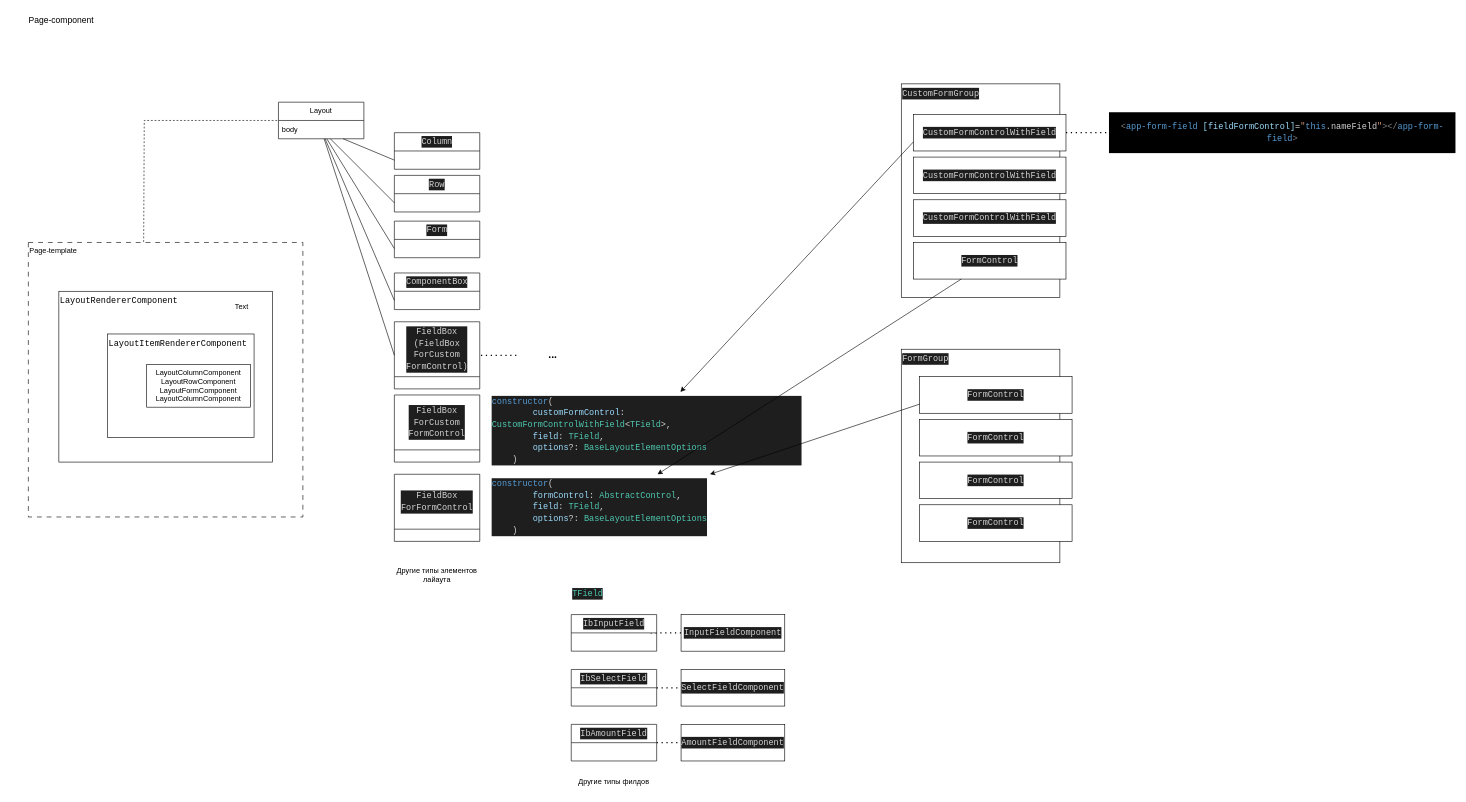
Earlier version of the draw.io diagram page "Страница 1" (1 of 2) of Диаграмма без названия.drawio (DUNK73/diagrams). Source tidied: cells renumbered, new cells numbered last; positions are measured from the earlier drawing's top-left corner, leaving out a move shared by most shapes. Both pictures are drawn from the tidied source at 61%, with x=0, y=0 at pixel (10, 10).
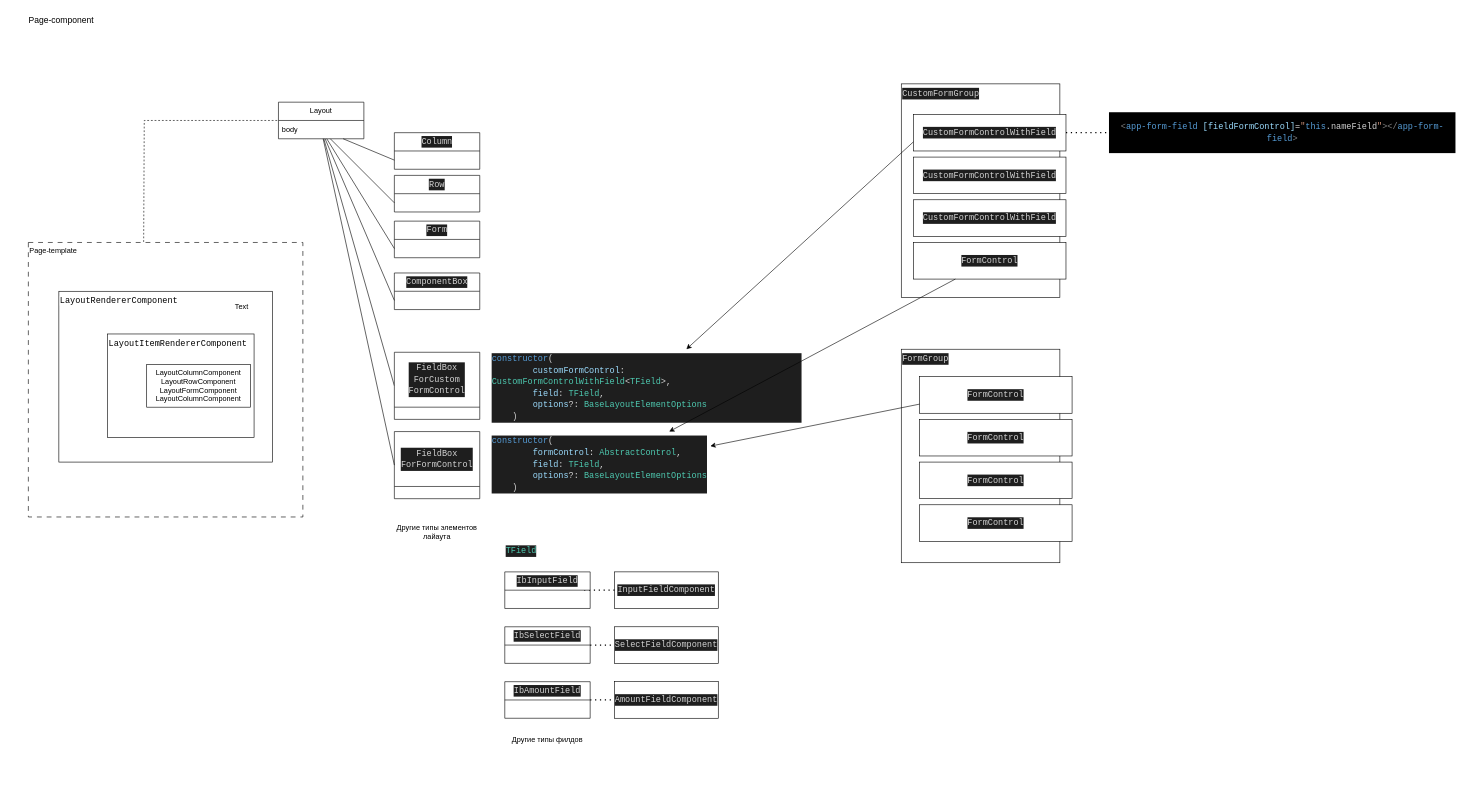
The same diagram, later.

Unchanged cells that the change refers to:
```xml
<mxCell id="7" value="body" style="text;strokeColor=none;fillColor=none;align=left;verticalAlign=middle;spacingLeft=4;spacingRight=4;overflow=hidden;points=[[0,0.5],[1,0.5]];portConstraint=eastwest;whiteSpace=wrap;html=1;" parent="6" vertex="1">
  <mxGeometry y="30" width="140" height="30" as="geometry" />
</mxCell>
```

Diff of the diagram source:
```diff
@@
     <mxCell id="5" value="&lt;div style=&quot;font-family: Consolas, &amp;quot;Courier New&amp;quot;, monospace; font-size: 14px; line-height: 19px;&quot;&gt;&lt;div style=&quot;color: rgb(212, 212, 212); background-color: rgb(30, 30, 30); line-height: 19px;&quot;&gt;&lt;div style=&quot;line-height: 19px;&quot;&gt;&lt;div style=&quot;line-height: 19px;&quot;&gt;InputFieldComponent&lt;/div&gt;&lt;/div&gt;&lt;/div&gt;&lt;/div&gt;" style="rounded=0;whiteSpace=wrap;html=1;" parent="1" vertex="1">
-      <mxGeometry x="1099" y="990" width="170" height="60" as="geometry" />
+      <mxGeometry x="990" y="920" width="170" height="60" as="geometry" />
     </mxCell>
@@
     <mxCell id="12" value="&lt;div style=&quot;font-family: Consolas, &amp;quot;Courier New&amp;quot;, monospace; font-size: 14px; line-height: 19px;&quot;&gt;&lt;div style=&quot;color: rgb(212, 212, 212); background-color: rgb(30, 30, 30); line-height: 19px;&quot;&gt;&lt;div style=&quot;line-height: 19px;&quot;&gt;&lt;div style=&quot;line-height: 19px;&quot;&gt;&lt;div style=&quot;line-height: 19px;&quot;&gt;SelectFieldComponent&lt;/div&gt;&lt;/div&gt;&lt;/div&gt;&lt;/div&gt;&lt;/div&gt;" style="rounded=0;whiteSpace=wrap;html=1;" parent="1" vertex="1">
-      <mxGeometry x="1099" y="1080" width="170" height="60" as="geometry" />
+      <mxGeometry x="990" y="1010" width="170" height="60" as="geometry" />
     </mxCell>
     <mxCell id="13" value="&lt;div style=&quot;font-family: Consolas, &amp;quot;Courier New&amp;quot;, monospace; font-size: 14px; line-height: 19px;&quot;&gt;&lt;div style=&quot;color: rgb(212, 212, 212); background-color: rgb(30, 30, 30); line-height: 19px;&quot;&gt;&lt;div style=&quot;line-height: 19px;&quot;&gt;&lt;div style=&quot;line-height: 19px;&quot;&gt;&lt;div style=&quot;line-height: 19px;&quot;&gt;AmountFieldComponent&lt;/div&gt;&lt;/div&gt;&lt;/div&gt;&lt;/div&gt;&lt;/div&gt;" style="rounded=0;whiteSpace=wrap;html=1;" parent="1" vertex="1">
-      <mxGeometry x="1099" y="1170" width="170" height="60" as="geometry" />
+      <mxGeometry x="990" y="1100" width="170" height="60" as="geometry" />
     </mxCell>
@@
     <mxCell id="19" style="endArrow=none;dashed=1;html=1;dashPattern=1 3;strokeWidth=2;rounded=0;exitX=1;exitY=0.5;exitDx=0;exitDy=0;" parent="1" edge="1" target="5">
       <mxGeometry relative="1" as="geometry">
-        <mxPoint x="1049" y="1020" as="sourcePoint" />
+        <mxPoint x="940" y="950" as="sourcePoint" />
       </mxGeometry>
     </mxCell>
     <mxCell id="20" style="endArrow=none;dashed=1;html=1;dashPattern=1 3;strokeWidth=2;rounded=0;entryX=0;entryY=0.5;entryDx=0;entryDy=0;exitX=1;exitY=0.5;exitDx=0;exitDy=0;" parent="1" edge="1" target="12">
       <mxGeometry relative="1" as="geometry">
-        <mxPoint x="1059" y="1110" as="sourcePoint" />
+        <mxPoint x="950" y="1040" as="sourcePoint" />
       </mxGeometry>
     </mxCell>
     <mxCell id="21" style="endArrow=none;dashed=1;html=1;dashPattern=1 3;strokeWidth=2;rounded=0;entryX=0;entryY=0.5;entryDx=0;entryDy=0;exitX=1;exitY=0.5;exitDx=0;exitDy=0;" parent="1" edge="1" target="13">
       <mxGeometry relative="1" as="geometry">
-        <mxPoint x="1059" y="1200" as="sourcePoint" />
+        <mxPoint x="950" y="1130" as="sourcePoint" />
       </mxGeometry>
     </mxCell>
     <mxCell id="22" value="Другие типы элементов лайаута" style="text;html=1;strokeColor=none;fillColor=none;align=center;verticalAlign=middle;whiteSpace=wrap;rounded=0;" parent="1" vertex="1">
-      <mxGeometry x="629" y="910" width="140" height="30" as="geometry" />
+      <mxGeometry x="629" y="840" width="140" height="30" as="geometry" />
     </mxCell>
@@
-    <mxCell id="26" value="&lt;div style=&quot;color: rgb(212, 212, 212); background-color: rgb(30, 30, 30); font-family: Consolas, &amp;quot;Courier New&amp;quot;, monospace; font-size: 14px; line-height: 19px;&quot;&gt;&lt;div style=&quot;line-height: 19px;&quot;&gt;&lt;div style=&quot;line-height: 19px;&quot;&gt;&lt;div style=&quot;border-color: var(--border-color); line-height: 19px;&quot;&gt;FieldBox&lt;/div&gt;&lt;div style=&quot;border-color: var(--border-color); line-height: 19px;&quot;&gt;(FieldBox&lt;/div&gt;&lt;div style=&quot;border-color: var(--border-color); line-height: 19px;&quot;&gt;ForCustom&lt;/div&gt;&lt;div style=&quot;border-color: var(--border-color); line-height: 19px;&quot;&gt;FormControl)&lt;/div&gt;&lt;/div&gt;&lt;/div&gt;&lt;/div&gt;" style="swimlane;fontStyle=0;horizontal=1;startSize=90;whiteSpace=wrap;html=1;" parent="1" vertex="1">
-      <mxGeometry x="629" y="510" width="140" height="110" as="geometry" />
-    </mxCell>
-    <mxCell id="27" style="endArrow=none;html=1;rounded=0;exitX=0;exitY=0.5;exitDx=0;exitDy=0;" parent="1" edge="1" source="26" target="7">
+    <mxCell id="27" style="endArrow=none;html=1;rounded=0;exitX=0;exitY=0.5;exitDx=0;exitDy=0;" parent="1" edge="1" source="36" target="7">
       <mxGeometry relative="1" as="geometry" />
     </mxCell>
-    <mxCell id="28" style="endArrow=none;dashed=1;html=1;dashPattern=1 3;strokeWidth=2;rounded=0;entryX=1;entryY=0.5;entryDx=0;entryDy=0;" parent="1" edge="1" target="26">
-      <mxGeometry relative="1" as="geometry">
-        <mxPoint x="829" y="565" as="sourcePoint" />
-      </mxGeometry>
-    </mxCell>
-    <mxCell id="29" value="..." style="text;html=1;strokeColor=none;fillColor=none;align=center;verticalAlign=middle;whiteSpace=wrap;rounded=0;fontSize=17;fontStyle=1;" parent="1" vertex="1">
-      <mxGeometry x="859" y="550" width="60" height="30" as="geometry" />
-    </mxCell>
     <mxCell id="30" value="&lt;div style=&quot;color: rgb(212, 212, 212); background-color: rgb(30, 30, 30); font-family: Consolas, &amp;quot;Courier New&amp;quot;, monospace; font-size: 14px; line-height: 19px;&quot;&gt;&lt;div style=&quot;line-height: 19px;&quot;&gt;IbInputField&lt;/div&gt;&lt;/div&gt;" style="swimlane;fontStyle=0;horizontal=1;startSize=30;whiteSpace=wrap;html=1;" parent="1" vertex="1">
-      <mxGeometry x="919" y="990" width="140" height="60" as="geometry" />
+      <mxGeometry x="810" y="920" width="140" height="60" as="geometry" />
     </mxCell>
     <mxCell id="31" value="&lt;div style=&quot;color: rgb(212, 212, 212); background-color: rgb(30, 30, 30); font-family: Consolas, &amp;quot;Courier New&amp;quot;, monospace; font-size: 14px; line-height: 19px;&quot;&gt;&lt;div style=&quot;line-height: 19px;&quot;&gt;&lt;div style=&quot;line-height: 19px;&quot;&gt;IbSelectField&lt;/div&gt;&lt;/div&gt;&lt;/div&gt;" style="swimlane;fontStyle=0;horizontal=1;startSize=30;whiteSpace=wrap;html=1;" parent="1" vertex="1">
-      <mxGeometry x="919" y="1080" width="140" height="60" as="geometry" />
+      <mxGeometry x="810" y="1010" width="140" height="60" as="geometry" />
     </mxCell>
     <mxCell id="32" value="&lt;div style=&quot;color: rgb(212, 212, 212); background-color: rgb(30, 30, 30); font-family: Consolas, &amp;quot;Courier New&amp;quot;, monospace; font-size: 14px; line-height: 19px;&quot;&gt;&lt;div style=&quot;line-height: 19px;&quot;&gt;&lt;div style=&quot;line-height: 19px;&quot;&gt;&lt;div style=&quot;line-height: 19px;&quot;&gt;IbAmountField&lt;/div&gt;&lt;/div&gt;&lt;/div&gt;&lt;/div&gt;" style="swimlane;fontStyle=0;horizontal=1;startSize=30;whiteSpace=wrap;html=1;" parent="1" vertex="1">
-      <mxGeometry x="919" y="1170" width="140" height="60" as="geometry" />
+      <mxGeometry x="810" y="1100" width="140" height="60" as="geometry" />
     </mxCell>
     <mxCell id="33" value="Другие типы филдов" style="text;html=1;strokeColor=none;fillColor=none;align=center;verticalAlign=middle;whiteSpace=wrap;rounded=0;" parent="1" vertex="1">
-      <mxGeometry x="919" y="1250" width="140" height="30" as="geometry" />
+      <mxGeometry x="810" y="1180" width="140" height="30" as="geometry" />
     </mxCell>
@@
     <mxCell id="35" value="&lt;div style=&quot;color: rgb(212, 212, 212); background-color: rgb(30, 30, 30); font-family: Consolas, &amp;quot;Courier New&amp;quot;, monospace; font-weight: normal; font-size: 14px; line-height: 19px;&quot;&gt;&lt;div&gt;&lt;span style=&quot;color: #569cd6;&quot;&gt;constructor&lt;/span&gt;&lt;span style=&quot;color: #d4d4d4;&quot;&gt;(&lt;/span&gt;&lt;/div&gt;&lt;div&gt;&lt;span style=&quot;color: #d4d4d4;&quot;&gt;&amp;nbsp; &amp;nbsp; &amp;nbsp; &amp;nbsp; &lt;/span&gt;&lt;span style=&quot;color: #9cdcfe;&quot;&gt;customFormControl&lt;/span&gt;&lt;span style=&quot;color: #d4d4d4;&quot;&gt;: &lt;/span&gt;&lt;span style=&quot;color: #4ec9b0;&quot;&gt;CustomFormControlWithField&lt;/span&gt;&lt;span style=&quot;color: #d4d4d4;&quot;&gt;&amp;lt;&lt;/span&gt;&lt;span style=&quot;color: #4ec9b0;&quot;&gt;TField&lt;/span&gt;&lt;span style=&quot;color: #d4d4d4;&quot;&gt;&amp;gt;,&lt;/span&gt;&lt;/div&gt;&lt;div&gt;&lt;span style=&quot;color: #d4d4d4;&quot;&gt;&amp;nbsp; &amp;nbsp; &amp;nbsp; &amp;nbsp; &lt;/span&gt;&lt;span style=&quot;color: #9cdcfe;&quot;&gt;field&lt;/span&gt;&lt;span style=&quot;color: #d4d4d4;&quot;&gt;: &lt;/span&gt;&lt;span style=&quot;color: #4ec9b0;&quot;&gt;TField&lt;/span&gt;&lt;span style=&quot;color: #d4d4d4;&quot;&gt;,&lt;/span&gt;&lt;/div&gt;&lt;div&gt;&lt;span style=&quot;color: #d4d4d4;&quot;&gt;&amp;nbsp; &amp;nbsp; &amp;nbsp; &amp;nbsp; &lt;/span&gt;&lt;span style=&quot;color: #9cdcfe;&quot;&gt;options&lt;/span&gt;&lt;span style=&quot;color: #d4d4d4;&quot;&gt;?: &lt;/span&gt;&lt;span style=&quot;color: #4ec9b0;&quot;&gt;BaseLayoutElementOptions&lt;/span&gt;&lt;/div&gt;&lt;div&gt;&lt;span style=&quot;color: #d4d4d4;&quot;&gt;&amp;nbsp; &amp;nbsp; )&lt;/span&gt;&lt;/div&gt;&lt;/div&gt;" style="text;whiteSpace=wrap;html=1;" parent="1" vertex="1">
-      <mxGeometry x="787" y="625" width="510" height="120" as="geometry" />
+      <mxGeometry x="787" y="555" width="510" height="120" as="geometry" />
     </mxCell>
     <mxCell id="36" value="&lt;div style=&quot;color: rgb(212, 212, 212); background-color: rgb(30, 30, 30); font-family: Consolas, &amp;quot;Courier New&amp;quot;, monospace; font-size: 14px; line-height: 19px;&quot;&gt;&lt;div style=&quot;line-height: 19px;&quot;&gt;&lt;div style=&quot;line-height: 19px;&quot;&gt;&lt;div style=&quot;border-color: var(--border-color); line-height: 19px;&quot;&gt;&lt;div style=&quot;line-height: 19px;&quot;&gt;FieldBox&lt;/div&gt;&lt;div style=&quot;line-height: 19px;&quot;&gt;ForCustom&lt;/div&gt;&lt;div style=&quot;line-height: 19px;&quot;&gt;FormControl&lt;/div&gt;&lt;/div&gt;&lt;/div&gt;&lt;/div&gt;&lt;/div&gt;" style="swimlane;fontStyle=0;horizontal=1;startSize=90;whiteSpace=wrap;html=1;" parent="1" vertex="1">
-      <mxGeometry x="629" y="630" width="140" height="110" as="geometry" />
+      <mxGeometry x="629" y="560" width="140" height="110" as="geometry" />
     </mxCell>
     <mxCell id="37" value="&lt;div style=&quot;color: rgb(212, 212, 212); background-color: rgb(30, 30, 30); font-family: Consolas, &amp;quot;Courier New&amp;quot;, monospace; font-size: 14px; line-height: 19px;&quot;&gt;&lt;div style=&quot;line-height: 19px;&quot;&gt;&lt;div style=&quot;line-height: 19px;&quot;&gt;&lt;div style=&quot;border-color: var(--border-color); line-height: 19px;&quot;&gt;&lt;div style=&quot;line-height: 19px;&quot;&gt;&lt;div style=&quot;line-height: 19px;&quot;&gt;FieldBox&lt;/div&gt;&lt;div style=&quot;line-height: 19px;&quot;&gt;ForFormControl&lt;/div&gt;&lt;/div&gt;&lt;/div&gt;&lt;/div&gt;&lt;/div&gt;&lt;/div&gt;" style="swimlane;fontStyle=0;horizontal=1;startSize=90;whiteSpace=wrap;html=1;" parent="1" vertex="1">
-      <mxGeometry x="629" y="760" width="140" height="110" as="geometry" />
+      <mxGeometry x="629" y="690" width="140" height="110" as="geometry" />
     </mxCell>
     <mxCell id="38" value="&lt;div style=&quot;color: rgb(212, 212, 212); background-color: rgb(30, 30, 30); font-family: Consolas, &amp;quot;Courier New&amp;quot;, monospace; font-weight: normal; font-size: 14px; line-height: 19px;&quot;&gt;&lt;div&gt;&lt;span style=&quot;color: #569cd6;&quot;&gt;constructor&lt;/span&gt;&lt;span style=&quot;color: #d4d4d4;&quot;&gt;(&lt;/span&gt;&lt;/div&gt;&lt;div&gt;&lt;span style=&quot;color: #d4d4d4;&quot;&gt;&amp;nbsp; &amp;nbsp; &amp;nbsp; &amp;nbsp; &lt;/span&gt;&lt;span style=&quot;color: #9cdcfe;&quot;&gt;formControl&lt;/span&gt;&lt;span style=&quot;color: #d4d4d4;&quot;&gt;: &lt;/span&gt;&lt;span style=&quot;color: #4ec9b0;&quot;&gt;AbstractControl&lt;/span&gt;&lt;span style=&quot;color: #d4d4d4;&quot;&gt;,&lt;/span&gt;&lt;/div&gt;&lt;div&gt;&lt;span style=&quot;color: #d4d4d4;&quot;&gt;&amp;nbsp; &amp;nbsp; &amp;nbsp; &amp;nbsp; &lt;/span&gt;&lt;span style=&quot;color: #9cdcfe;&quot;&gt;field&lt;/span&gt;&lt;span style=&quot;color: #d4d4d4;&quot;&gt;: &lt;/span&gt;&lt;span style=&quot;color: #4ec9b0;&quot;&gt;TField&lt;/span&gt;&lt;span style=&quot;color: #d4d4d4;&quot;&gt;,&lt;/span&gt;&lt;/div&gt;&lt;div&gt;&lt;span style=&quot;color: #d4d4d4;&quot;&gt;&amp;nbsp; &amp;nbsp; &amp;nbsp; &amp;nbsp; &lt;/span&gt;&lt;span style=&quot;color: #9cdcfe;&quot;&gt;options&lt;/span&gt;&lt;span style=&quot;color: #d4d4d4;&quot;&gt;?: &lt;/span&gt;&lt;span style=&quot;color: #4ec9b0;&quot;&gt;BaseLayoutElementOptions&lt;/span&gt;&lt;/div&gt;&lt;div&gt;&lt;span style=&quot;color: #d4d4d4;&quot;&gt;&amp;nbsp; &amp;nbsp; ) &lt;/span&gt;&lt;/div&gt;&lt;/div&gt;" style="text;whiteSpace=wrap;html=1;" parent="1" vertex="1">
-      <mxGeometry x="787" y="760" width="360" height="120" as="geometry" />
+      <mxGeometry x="787" y="690" width="360" height="120" as="geometry" />
     </mxCell>
     <mxCell id="39" value="&lt;div style=&quot;color: rgb(212, 212, 212); background-color: rgb(30, 30, 30); font-family: Consolas, &amp;quot;Courier New&amp;quot;, monospace; font-weight: normal; font-size: 14px; line-height: 19px;&quot;&gt;&lt;div&gt;&lt;span style=&quot;color: #4ec9b0;&quot;&gt;TField&lt;/span&gt;&lt;/div&gt;&lt;/div&gt;" style="text;whiteSpace=wrap;html=1;" parent="1" vertex="1">
-      <mxGeometry x="919" y="940" width="80" height="40" as="geometry" />
+      <mxGeometry x="810" y="870" width="80" height="40" as="geometry" />
     </mxCell>
@@
+    <mxCell id="54" style="endArrow=none;html=1;rounded=0;entryX=0;entryY=0.5;entryDx=0;entryDy=0;" parent="1" edge="1" source="7" target="37">
+      <mxGeometry relative="1" as="geometry" />
+    </mxCell>
```
